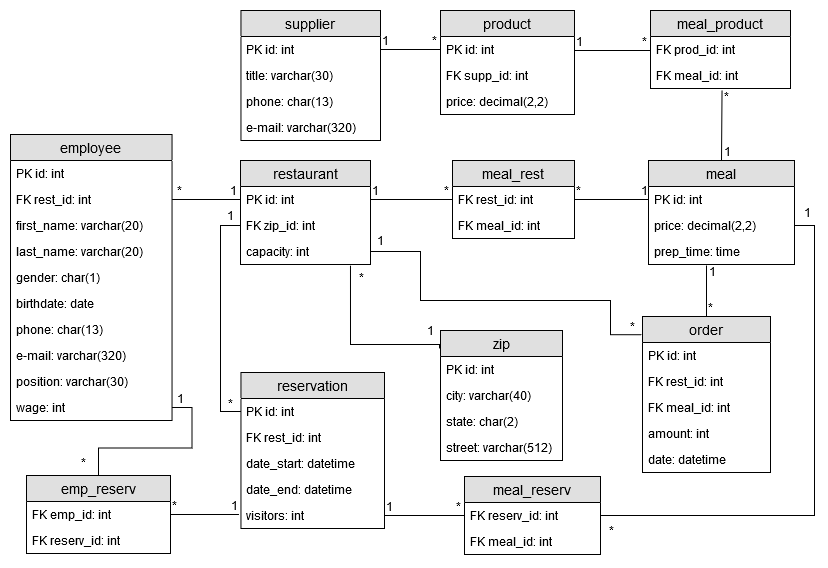
The draw.io diagram img/Physical Diagram.png in olesiamelnychyn/Project-DBS, before a commit. Source tidied: cells renumbered, new cells last; positions are measured from the earlier drawing's top-left corner, leaving out a move shared by most shapes.
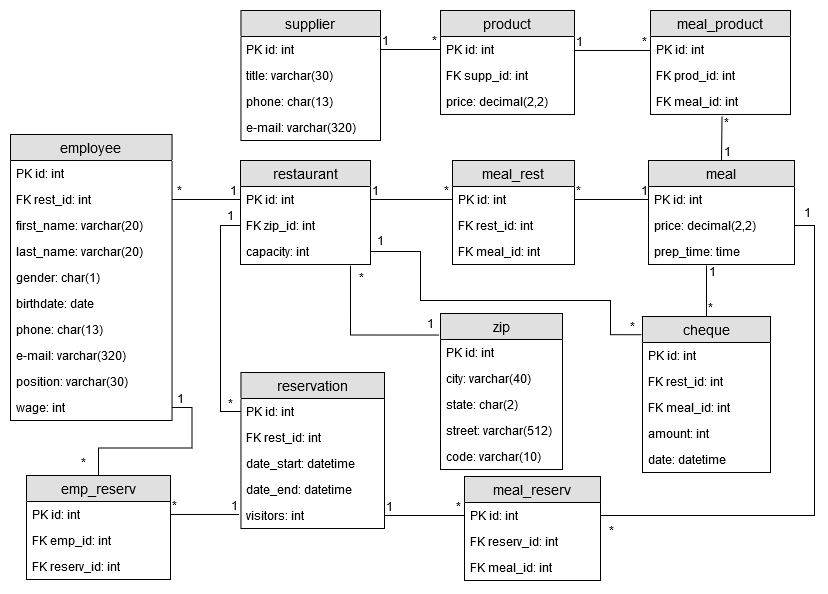
After the commit.

Diff of the diagram source:
```diff
@@ -27,29 +27,17 @@
       <mxGeometry y="78" width="134" height="26" as="geometry" />
     </mxCell>
     <mxCell id="10" value="meal_product" style="swimlane;fontStyle=0;horizontal=1;startSize=26;fillColor=#e0e0e0;swimlaneFillColor=#ffffff;align=center;fontSize=14;" parent="1" vertex="1">
-      <mxGeometry x="640" width="140" height="78" as="geometry" />
+      <mxGeometry x="640" width="140" height="104" as="geometry" />
     </mxCell>
-    <mxCell id="11" value="FK prod_id: int" style="text;strokeColor=none;fillColor=none;spacingLeft=4;spacingRight=4;overflow=hidden;fontSize=12;" parent="10" vertex="1">
+    <mxCell id="11" value="PK id: int" style="text;strokeColor=none;fillColor=none;spacingLeft=4;spacingRight=4;overflow=hidden;fontSize=12;" parent="10" vertex="1">
       <mxGeometry y="26" width="140" height="26" as="geometry" />
     </mxCell>
+    <mxCell id="102" value="FK prod_id: int" style="text;strokeColor=none;fillColor=none;spacingLeft=4;spacingRight=4;overflow=hidden;fontSize=12;" parent="10" vertex="1">
+      <mxGeometry y="52" width="140" height="26" as="geometry" />
+    </mxCell>
     <mxCell id="12" value="FK meal_id: int" style="text;strokeColor=none;fillColor=none;spacingLeft=4;spacingRight=4;overflow=hidden;points=[[0,0.5],[1,0.5]];portConstraint=eastwest;fontSize=12;" parent="10" vertex="1">
-      <mxGeometry y="52" width="140" height="26" as="geometry" />
+      <mxGeometry y="78" width="140" height="26" as="geometry" />
     </mxCell>
-    <mxCell id="13" value="zip" style="swimlane;fontStyle=0;horizontal=1;startSize=26;fillColor=#e0e0e0;swimlaneFillColor=#ffffff;align=center;fontSize=14;" parent="1" vertex="1">
-      <mxGeometry x="430" y="320" width="122" height="130" as="geometry" />
-    </mxCell>
-    <mxCell id="14" value="PK id: int" style="text;strokeColor=none;fillColor=none;spacingLeft=4;spacingRight=4;overflow=hidden;fontSize=12;" parent="13" vertex="1">
-      <mxGeometry y="26" width="122" height="26" as="geometry" />
-    </mxCell>
-    <mxCell id="15" value="city: varchar(40)" style="text;strokeColor=none;fillColor=none;spacingLeft=4;spacingRight=4;overflow=hidden;fontSize=12;" parent="13" vertex="1">
-      <mxGeometry y="52" width="122" height="26" as="geometry" />
-    </mxCell>
-    <mxCell id="16" value="state: char(2)" style="text;strokeColor=none;fillColor=none;spacingLeft=4;spacingRight=4;overflow=hidden;fontSize=12;" parent="13" vertex="1">
-      <mxGeometry y="78" width="122" height="26" as="geometry" />
-    </mxCell>
-    <mxCell id="17" value="street: varchar(512)" style="text;strokeColor=none;fillColor=none;spacingLeft=4;spacingRight=4;overflow=hidden;fontSize=12;" parent="13" vertex="1">
-      <mxGeometry y="104" width="122" height="26" as="geometry" />
-    </mxCell>
     <mxCell id="18" value="supplier" style="swimlane;fontStyle=0;horizontal=1;startSize=26;fillColor=#e0e0e0;swimlaneFillColor=#ffffff;align=center;fontSize=14;" parent="1" vertex="1">
       <mxGeometry x="230.5" width="139.5" height="130" as="geometry" />
     </mxCell>
@@ -175,13 +163,16 @@
       <mxGeometry x="210" y="195" width="20" height="20" as="geometry" />
     </mxCell>
     <mxCell id="57" value="meal_rest" style="swimlane;fontStyle=0;horizontal=1;startSize=26;fillColor=#e0e0e0;swimlaneFillColor=#ffffff;align=center;fontSize=14;" parent="1" vertex="1">
-      <mxGeometry x="442" y="150" width="122" height="78" as="geometry" />
+      <mxGeometry x="442" y="150" width="122" height="104" as="geometry" />
     </mxCell>
-    <mxCell id="58" value="FK rest_id: int" style="text;strokeColor=none;fillColor=none;spacingLeft=4;spacingRight=4;overflow=hidden;fontSize=12;" parent="57" vertex="1">
+    <mxCell id="58" value="PK id: int" style="text;strokeColor=none;fillColor=none;spacingLeft=4;spacingRight=4;overflow=hidden;fontSize=12;" parent="57" vertex="1">
       <mxGeometry y="26" width="122" height="26" as="geometry" />
     </mxCell>
+    <mxCell id="103" value="FK rest_id: int" style="text;strokeColor=none;fillColor=none;spacingLeft=4;spacingRight=4;overflow=hidden;fontSize=12;" parent="57" vertex="1">
+      <mxGeometry y="52" width="122" height="26" as="geometry" />
+    </mxCell>
     <mxCell id="59" value="FK meal_id: int" style="text;strokeColor=none;fillColor=none;spacingLeft=4;spacingRight=4;overflow=hidden;fontSize=12;" parent="57" vertex="1">
-      <mxGeometry y="52" width="122" height="26" as="geometry" />
+      <mxGeometry y="78" width="122" height="26" as="geometry" />
     </mxCell>
     <mxCell id="60" style="endArrow=none;html=1;rounded=0;exitX=1;exitY=0.5;exitDx=0;exitDy=0;" parent="1" edge="1" source="19">
       <mxGeometry relative="1" as="geometry">
@@ -250,7 +241,7 @@
     <mxCell id="75" style="edgeStyle=orthogonalEdgeStyle;rounded=0;jettySize=auto;html=1;exitX=0.846;exitY=1.045;exitDx=0;exitDy=0;entryX=-0.008;entryY=0.138;entryDx=0;entryDy=0;endArrow=none;endFill=0;exitPerimeter=0;entryPerimeter=0;" parent="1" edge="1" source="5" target="13">
       <mxGeometry relative="1" as="geometry">
         <Array as="points">
-          <mxPoint x="340" y="334" />
+          <mxPoint x="340" y="325" />
         </Array>
       </mxGeometry>
     </mxCell>
@@ -258,7 +249,7 @@
       <mxGeometry x="341" y="257" width="20" height="20" as="geometry" />
     </mxCell>
     <mxCell id="77" value="1" style="text;html=1;align=center;verticalAlign=middle;" parent="1" vertex="1">
-      <mxGeometry x="410" y="310" width="20" height="20" as="geometry" />
+      <mxGeometry x="410" y="303" width="20" height="20" as="geometry" />
     </mxCell>
     <mxCell id="78" style="endArrow=none;html=1;rounded=0;exitX=1;exitY=0.5;exitDx=0;exitDy=0;entryX=0;entryY=0.5;entryDx=0;entryDy=0;" parent="1" edge="1" source="50">
       <mxGeometry relative="1" as="geometry">
@@ -312,24 +303,30 @@
       <mxGeometry x="787" y="192" width="20" height="20" as="geometry" />
     </mxCell>
     <mxCell id="90" value="emp_reserv" style="swimlane;fontStyle=0;horizontal=1;startSize=26;fillColor=#e0e0e0;swimlaneFillColor=#ffffff;align=center;fontSize=14;" parent="1" vertex="1">
-      <mxGeometry x="16" y="465" width="144" height="78" as="geometry" />
+      <mxGeometry x="16" y="465" width="144" height="104" as="geometry" />
     </mxCell>
-    <mxCell id="91" value="FK emp_id: int" style="text;strokeColor=none;fillColor=none;spacingLeft=4;spacingRight=4;overflow=hidden;fontSize=12;" parent="90" vertex="1">
+    <mxCell id="91" value="PK id: int" style="text;strokeColor=none;fillColor=none;spacingLeft=4;spacingRight=4;overflow=hidden;fontSize=12;" parent="90" vertex="1">
       <mxGeometry y="26" width="144" height="26" as="geometry" />
     </mxCell>
+    <mxCell id="104" value="FK emp_id: int" style="text;strokeColor=none;fillColor=none;spacingLeft=4;spacingRight=4;overflow=hidden;fontSize=12;" parent="90" vertex="1">
+      <mxGeometry y="52" width="144" height="26" as="geometry" />
+    </mxCell>
     <mxCell id="92" value="FK reserv_id: int" style="text;strokeColor=none;fillColor=none;spacingLeft=4;spacingRight=4;overflow=hidden;fontSize=12;" parent="90" vertex="1">
-      <mxGeometry y="52" width="144" height="26" as="geometry" />
+      <mxGeometry y="78" width="144" height="26" as="geometry" />
     </mxCell>
     <mxCell id="93" value="meal_reserv" style="swimlane;fontStyle=0;horizontal=1;startSize=26;fillColor=#e0e0e0;swimlaneFillColor=#ffffff;align=center;fontSize=14;" parent="1" vertex="1">
-      <mxGeometry x="454" y="466" width="136" height="78" as="geometry" />
+      <mxGeometry x="454" y="466" width="136" height="104" as="geometry" />
     </mxCell>
-    <mxCell id="94" value="FK reserv_id: int" style="text;strokeColor=none;fillColor=none;spacingLeft=4;spacingRight=4;overflow=hidden;points=[[0,0.5],[1,0.5]];portConstraint=eastwest;fontSize=12;" parent="93" vertex="1">
+    <mxCell id="94" value="PK id: int" style="text;strokeColor=none;fillColor=none;spacingLeft=4;spacingRight=4;overflow=hidden;points=[[0,0.5],[1,0.5]];portConstraint=eastwest;fontSize=12;" parent="93" vertex="1">
       <mxGeometry y="26" width="136" height="26" as="geometry" />
     </mxCell>
+    <mxCell id="105" value="FK reserv_id: int" style="text;strokeColor=none;fillColor=none;spacingLeft=4;spacingRight=4;overflow=hidden;fontSize=12;" parent="93" vertex="1">
+      <mxGeometry y="52" width="136" height="26" as="geometry" />
+    </mxCell>
     <mxCell id="95" value="FK meal_id: int" style="text;strokeColor=none;fillColor=none;spacingLeft=4;spacingRight=4;overflow=hidden;fontSize=12;" parent="93" vertex="1">
-      <mxGeometry y="52" width="136" height="26" as="geometry" />
+      <mxGeometry y="78" width="136" height="26" as="geometry" />
     </mxCell>
-    <mxCell id="96" value="order" style="swimlane;fontStyle=0;horizontal=1;startSize=26;fillColor=#e0e0e0;swimlaneFillColor=#ffffff;align=center;fontSize=14;" parent="1" vertex="1">
+    <mxCell id="96" value="cheque" style="swimlane;fontStyle=0;horizontal=1;startSize=26;fillColor=#e0e0e0;swimlaneFillColor=#ffffff;align=center;fontSize=14;" parent="1" vertex="1">
       <mxGeometry x="632" y="306" width="128" height="156" as="geometry" />
     </mxCell>
     <mxCell id="97" value="PK id: int" style="text;strokeColor=none;fillColor=none;spacingLeft=4;spacingRight=4;overflow=hidden;points=[[0,0.5],[1,0.5]];portConstraint=eastwest;fontSize=12;" parent="96" vertex="1">
@@ -347,5 +344,23 @@
     <mxCell id="101" value="date: datetime" style="text;strokeColor=none;fillColor=none;spacingLeft=4;spacingRight=4;overflow=hidden;fontSize=12;" parent="96" vertex="1">
       <mxGeometry y="130" width="128" height="26" as="geometry" />
     </mxCell>
+    <mxCell id="13" value="zip" style="swimlane;fontStyle=0;horizontal=1;startSize=26;fillColor=#e0e0e0;swimlaneFillColor=#ffffff;align=center;fontSize=14;" parent="1" vertex="1">
+      <mxGeometry x="430" y="303" width="122" height="156" as="geometry" />
+    </mxCell>
+    <mxCell id="14" value="PK id: int" style="text;strokeColor=none;fillColor=none;spacingLeft=4;spacingRight=4;overflow=hidden;fontSize=12;" parent="13" vertex="1">
+      <mxGeometry y="26" width="122" height="26" as="geometry" />
+    </mxCell>
+    <mxCell id="15" value="city: varchar(40)" style="text;strokeColor=none;fillColor=none;spacingLeft=4;spacingRight=4;overflow=hidden;fontSize=12;" parent="13" vertex="1">
+      <mxGeometry y="52" width="122" height="26" as="geometry" />
+    </mxCell>
+    <mxCell id="16" value="state: char(2)" style="text;strokeColor=none;fillColor=none;spacingLeft=4;spacingRight=4;overflow=hidden;fontSize=12;" parent="13" vertex="1">
+      <mxGeometry y="78" width="122" height="26" as="geometry" />
+    </mxCell>
+    <mxCell id="17" value="street: varchar(512)" style="text;strokeColor=none;fillColor=none;spacingLeft=4;spacingRight=4;overflow=hidden;fontSize=12;" parent="13" vertex="1">
+      <mxGeometry y="104" width="122" height="26" as="geometry" />
+    </mxCell>
+    <mxCell id="106" value="code: varchar(10)" style="text;strokeColor=none;fillColor=none;spacingLeft=4;spacingRight=4;overflow=hidden;fontSize=12;" parent="13" vertex="1">
+      <mxGeometry y="130" width="122" height="26" as="geometry" />
+    </mxCell>
   </root>
 </mxGraphModel>
```
